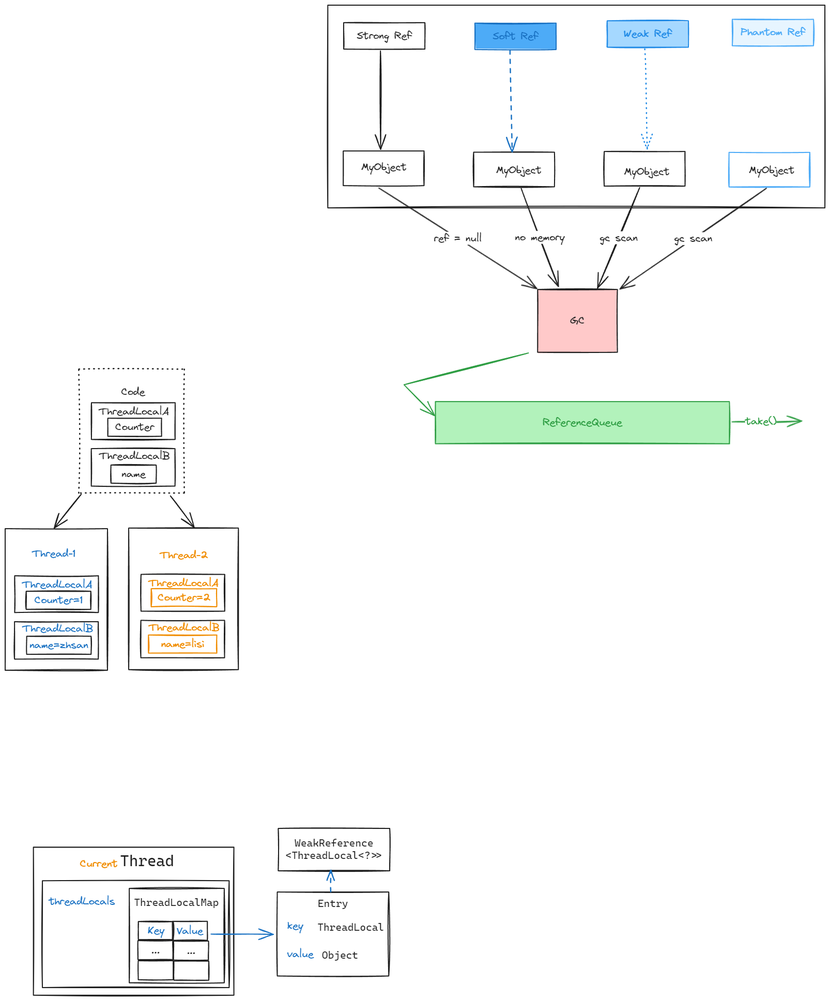
The Excalidraw diagram source/1-Java/Java-Base/1-Java-Base.excalidraw.png in lighkLife/wiki, before a commit. Source tidied: one line per element, renumbered; positions are measured from the earlier drawing's top-left corner, leaving out a move shared by most shapes.
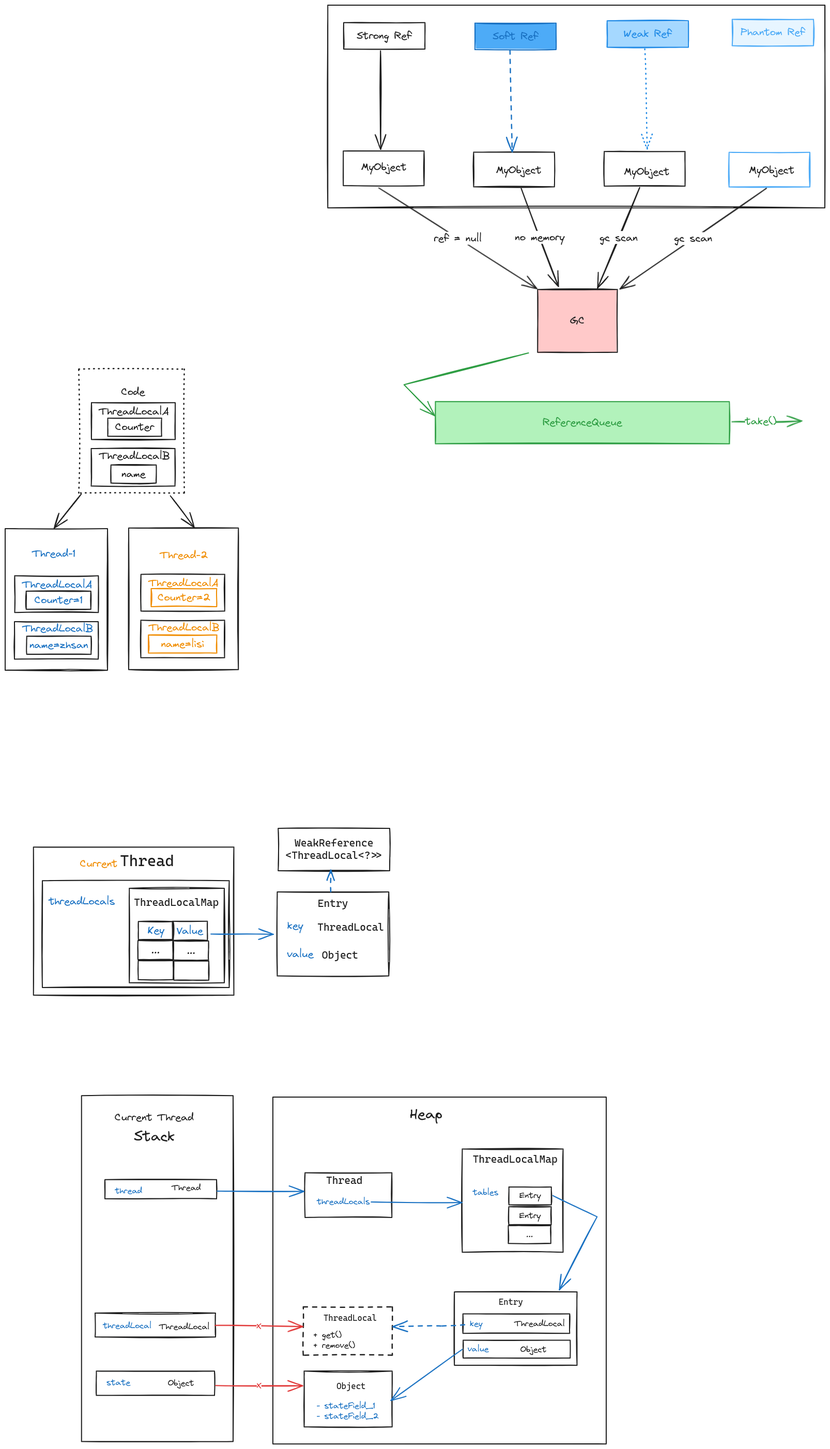
The same file after the commit.

Commit message:
Java: threadlocal

What changed in the source:
```diff
@@ -92,3 +92,52 @@
 {"id": 91, "type": "text", "text": "ThreadLocal", "strokeColor": "#1e1e1e", "strokeWidth": 2, "roughness": 1, "fontSize": 20, "fontFamily": 3, "x": 604, "y": 1773, "width": 129, "height": 24}
 {"id": 92, "type": "text", "text": "Object", "strokeColor": "#1e1e1e", "strokeWidth": 2, "roughness": 1, "fontSize": 20, "fontFamily": 3, "x": 613, "y": 1827, "width": 70, "height": 24}
 {"id": 93, "type": "arrow", "strokeColor": "#1971c2", "strokeWidth": 2, "strokeStyle": "dashed", "roughness": 1, "endArrowhead": "arrow", "from": 88, "x": 630, "y": 1716, "width": 0, "height": 42, "points": [[0, 0], [0, -42]]}
+{"id": 94, "type": "rectangle", "strokeColor": "#1e1e1e", "strokeWidth": 2, "roughness": 1, "x": 518, "y": 2113, "width": 645, "height": 671}
+{"id": 95, "type": "text", "text": "Heap", "strokeColor": "#1e1e1e", "strokeWidth": 2, "roughness": 1, "fontSize": 28, "fontFamily": 1, "x": 783, "y": 2130, "width": 63, "height": 35}
+{"id": 96, "type": "rectangle", "strokeColor": "#1e1e1e", "strokeWidth": 2, "roughness": 1, "x": 580, "y": 2259, "width": 168, "height": 86}
+{"id": 97, "type": "text", "text": "Thread", "strokeColor": "#1e1e1e", "strokeWidth": 2, "roughness": 1, "fontSize": 20, "fontFamily": 3, "x": 621, "y": 2263, "width": 70, "height": 24}
+{"id": 98, "type": "text", "text": "threadLocals", "strokeColor": "#1971c2", "strokeWidth": 2, "roughness": 1, "fontSize": 16, "fontFamily": 1, "x": 603, "y": 2306, "width": 102, "height": 20}
+{"id": 99, "type": "rectangle", "strokeColor": "#1e1e1e", "strokeWidth": 2, "roughness": 1, "x": 869, "y": 2490, "width": 237, "height": 142}
+{"id": 100, "type": "text", "text": "Entry", "strokeColor": "#1e1e1e", "strokeWidth": 2, "roughness": 1, "fontSize": 16, "fontFamily": 3, "x": 955, "y": 2500, "width": 47, "height": 19}
+{"id": 101, "type": "text", "text": "key", "strokeColor": "#1971c2", "strokeWidth": 2, "roughness": 1, "fontSize": 16, "fontFamily": 1, "x": 899, "y": 2542, "width": 24, "height": 20}
+{"id": 102, "type": "text", "text": "ThreadLocal", "strokeColor": "#1e1e1e", "strokeWidth": 2, "roughness": 1, "fontSize": 16, "fontFamily": 1, "x": 985, "y": 2542, "width": 98, "height": 20}
+{"id": 103, "type": "rectangle", "strokeColor": "#1e1e1e", "strokeWidth": 2, "roughness": 1, "x": 886, "y": 2532, "width": 206, "height": 38}
+{"id": 104, "type": "text", "text": "value", "strokeColor": "#1971c2", "strokeWidth": 2, "roughness": 1, "fontSize": 16, "fontFamily": 1, "x": 895, "y": 2591, "width": 41, "height": 20}
+{"id": 105, "type": "text", "text": "Object", "strokeColor": "#1e1e1e", "strokeWidth": 2, "roughness": 1, "fontSize": 16, "fontFamily": 1, "x": 997, "y": 2592, "width": 51, "height": 20}
+{"id": 106, "type": "rectangle", "strokeColor": "#1e1e1e", "strokeWidth": 2, "roughness": 1, "x": 886, "y": 2583, "width": 207, "height": 34}
+{"id": 107, "type": "rectangle", "strokeColor": "#1e1e1e", "strokeWidth": 2, "strokeStyle": "dashed", "roughness": 1, "x": 577, "y": 2519, "width": 172, "height": 94}
+{"id": 108, "type": "text", "text": "ThreadLocal", "strokeColor": "#1e1e1e", "strokeWidth": 2, "strokeStyle": "dashed", "roughness": 1, "fontSize": 16, "fontFamily": 3, "x": 616, "y": 2531, "width": 103, "height": 19}
+{"id": 109, "type": "text", "text": "+ get()\n+ remove()", "strokeColor": "#1e1e1e", "strokeWidth": 2, "strokeStyle": "dashed", "roughness": 1, "fontSize": 16, "fontFamily": 1, "x": 595, "y": 2564, "width": 82, "height": 40}
+{"id": 110, "type": "rectangle", "strokeColor": "#1e1e1e", "strokeWidth": 2, "roughness": 1, "x": 579, "y": 2643, "width": 170, "height": 108}
+{"id": 111, "type": "text", "text": "Object", "strokeColor": "#1e1e1e", "strokeWidth": 2, "roughness": 1, "fontSize": 16, "fontFamily": 3, "x": 641, "y": 2663, "width": 56, "height": 19}
+{"id": 112, "type": "text", "text": "- stateField_1\n- stateField_2", "strokeColor": "#1971c2", "strokeWidth": 2, "roughness": 1, "fontSize": 16, "fontFamily": 1, "x": 603, "y": 2701, "width": 120, "height": 40}
+{"id": 113, "type": "rectangle", "strokeColor": "#1e1e1e", "strokeWidth": 2, "roughness": 1, "x": 884, "y": 2213, "width": 195, "height": 200}
+{"id": 114, "type": "text", "text": "ThreadLocalMap", "strokeColor": "#1e1e1e", "strokeWidth": 2, "roughness": 1, "fontSize": 20, "fontFamily": 3, "x": 905, "y": 2222, "width": 164, "height": 24}
+{"id": 115, "type": "text", "text": "tables", "strokeColor": "#1971c2", "strokeWidth": 2, "roughness": 1, "fontSize": 16, "fontFamily": 1, "x": 905, "y": 2288, "width": 49, "height": 20}
+{"id": 116, "type": "rectangle", "strokeColor": "#1e1e1e", "strokeWidth": 2, "roughness": 1, "x": 975, "y": 2287, "width": 82, "height": 34}
+{"id": 117, "type": "text", "text": "Entry", "strokeColor": "#1e1e1e", "strokeWidth": 2, "roughness": 1, "fontSize": 16, "fontFamily": 1, "textAlign": "center", "verticalAlign": "middle", "inside": 116, "x": 995, "y": 2294, "width": 42, "height": 20}
+{"id": 118, "type": "rectangle", "strokeColor": "#1e1e1e", "strokeWidth": 2, "roughness": 1, "x": 974, "y": 2325, "width": 82, "height": 35}
+{"id": 119, "type": "text", "text": "Entry", "strokeColor": "#1e1e1e", "strokeWidth": 2, "roughness": 1, "fontSize": 16, "fontFamily": 1, "textAlign": "center", "verticalAlign": "middle", "inside": 118, "x": 995, "y": 2333, "width": 42, "height": 20}
+{"id": 120, "type": "rectangle", "strokeColor": "#1e1e1e", "strokeWidth": 2, "roughness": 1, "x": 974, "y": 2362, "width": 82, "height": 34}
+{"id": 121, "type": "text", "text": "...", "strokeColor": "#1e1e1e", "strokeWidth": 2, "roughness": 1, "fontSize": 16, "fontFamily": 1, "textAlign": "center", "verticalAlign": "middle", "inside": 120, "x": 1008, "y": 2369, "width": 13, "height": 20}
+{"id": 122, "type": "arrow", "strokeColor": "#1971c2", "strokeWidth": 2, "roughness": 1, "endArrowhead": "arrow", "from": 116, "to": 99, "x": 1060, "y": 2304, "width": 86, "height": 182, "points": [[0, 0], [86, 41], [13, 182]]}
+{"id": 123, "type": "arrow", "strokeColor": "#1971c2", "strokeWidth": 2, "strokeStyle": "dashed", "roughness": 1, "endArrowhead": "arrow", "from": 101, "to": 107, "x": 889, "y": 2553, "width": 139, "height": 4, "points": [[0, 0], [-46, 2], [-139, 4]]}
+{"id": 124, "type": "arrow", "strokeColor": "#1971c2", "strokeWidth": 2, "roughness": 1, "endArrowhead": "arrow", "from": 98, "to": 113, "x": 708, "y": 2316, "width": 175, "height": 1, "points": [[0, 0], [175, 1]]}
+{"id": 125, "type": "rectangle", "strokeColor": "#1e1e1e", "strokeWidth": 2, "roughness": 1, "x": 148, "y": 2110, "width": 293, "height": 669}
+{"id": 126, "type": "text", "text": "Current Thread", "strokeColor": "#1e1e1e", "strokeWidth": 2, "roughness": 1, "fontSize": 20, "fontFamily": 1, "x": 212, "y": 2140, "width": 153, "height": 25}
+{"id": 127, "type": "text", "text": "Stack", "strokeColor": "#1e1e1e", "strokeWidth": 2, "roughness": 1, "fontSize": 28, "fontFamily": 1, "x": 249, "y": 2173, "width": 79, "height": 35}
+{"id": 128, "type": "rectangle", "strokeColor": "#1e1e1e", "strokeWidth": 2, "roughness": 1, "x": 193, "y": 2273, "width": 216, "height": 37}
+{"id": 129, "type": "rectangle", "strokeColor": "#1e1e1e", "strokeWidth": 2, "roughness": 1, "x": 176, "y": 2643, "width": 229, "height": 47}
+{"id": 130, "type": "text", "text": "state", "strokeColor": "#1971c2", "strokeWidth": 2, "roughness": 1, "fontSize": 16, "fontFamily": 1, "x": 196, "y": 2656, "width": 46, "height": 20}
+{"id": 131, "type": "text", "text": "Object", "strokeColor": "#1e1e1e", "strokeWidth": 2, "roughness": 1, "fontSize": 16, "fontFamily": 1, "x": 315, "y": 2657, "width": 51, "height": 20}
+{"id": 132, "type": "text", "text": "thread ", "strokeColor": "#1971c2", "strokeWidth": 2, "roughness": 1, "fontSize": 16, "fontFamily": 1, "x": 213, "y": 2285, "width": 60, "height": 20}
+{"id": 133, "type": "text", "text": "Thread", "strokeColor": "#1e1e1e", "strokeWidth": 2, "roughness": 1, "fontSize": 16, "fontFamily": 1, "x": 322, "y": 2279, "width": 56, "height": 20}
+{"id": 134, "type": "rectangle", "strokeColor": "#1e1e1e", "strokeWidth": 2, "roughness": 1, "x": 174, "y": 2531, "width": 233, "height": 46}
+{"id": 135, "type": "text", "text": "threadLocal", "strokeColor": "#1971c2", "strokeWidth": 2, "roughness": 1, "fontSize": 16, "fontFamily": 1, "x": 190, "y": 2546, "width": 94, "height": 20}
+{"id": 136, "type": "text", "text": "ThreadLocal", "strokeColor": "#1e1e1e", "strokeWidth": 2, "roughness": 1, "fontSize": 16, "fontFamily": 1, "x": 298, "y": 2548, "width": 98, "height": 20}
+{"id": 137, "type": "arrow", "strokeColor": "#1971c2", "strokeWidth": 2, "roughness": 1, "endArrowhead": "arrow", "from": 128, "to": 96, "x": 410, "y": 2295, "width": 168, "height": 1, "points": [[0, 0], [168, 1]]}
+{"id": 138, "type": "arrow", "strokeColor": "#e03131", "strokeWidth": 2, "roughness": 1, "endArrowhead": "arrow", "from": 136, "to": 107, "x": 406, "y": 2555, "width": 170, "height": 2, "points": [[0, 0], [170, 2]]}
+{"id": 139, "type": "text", "text": "X", "strokeColor": "#e03131", "strokeWidth": 2, "roughness": 1, "fontSize": 16, "fontFamily": 1, "textAlign": "center", "verticalAlign": "middle", "inside": 138, "x": 486, "y": 2546, "width": 10, "height": 20}
+{"id": 140, "type": "arrow", "strokeColor": "#1971c2", "strokeWidth": 2, "roughness": 1, "endArrowhead": "arrow", "x": 885, "y": 2601, "width": 138, "height": 99, "points": [[0, 0], [0, 0], [-138, 99]]}
+{"id": 141, "type": "arrow", "strokeColor": "#e03131", "strokeWidth": 2, "roughness": 1, "endArrowhead": "arrow", "from": 129, "to": 110, "x": 407, "y": 2671, "width": 168, "height": 0, "points": [[0, 0], [168, 0]]}
+{"id": 142, "type": "text", "text": "X", "strokeColor": "#e03131", "strokeWidth": 2, "roughness": 1, "fontSize": 16, "fontFamily": 1, "textAlign": "center", "verticalAlign": "middle", "inside": 141, "x": 487, "y": 2661, "width": 10, "height": 20}
```
